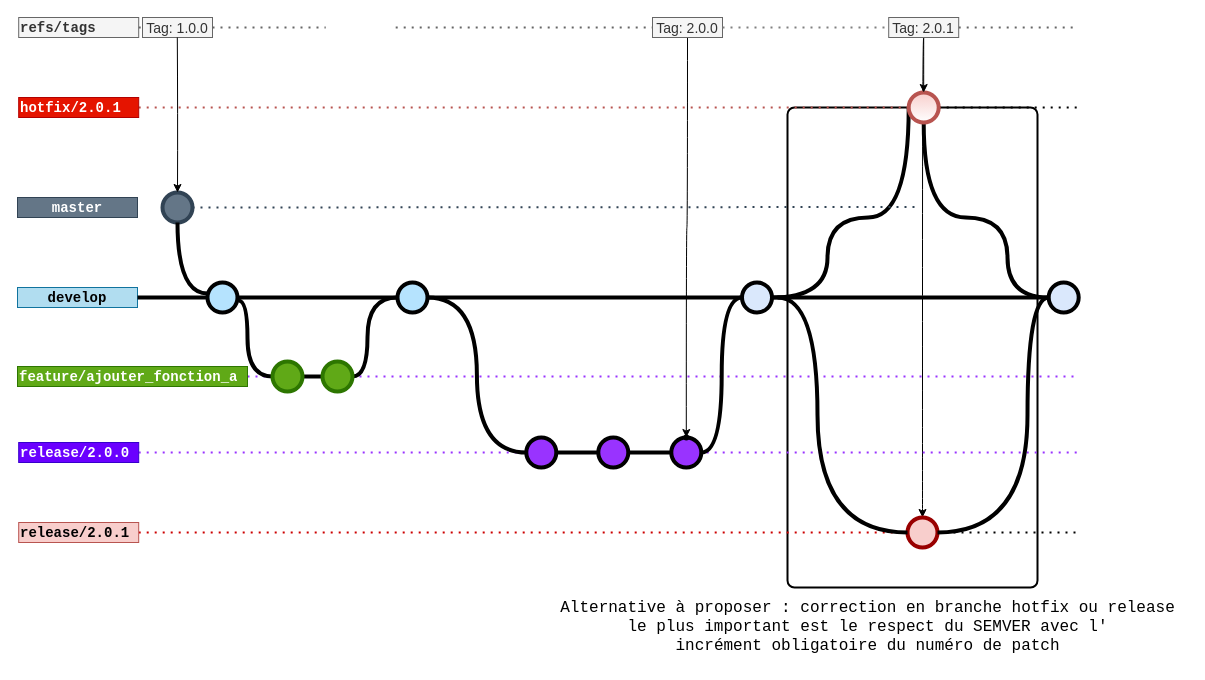
jmrablat/GITFLOW-BP-SAC keeps this draw.io diagram as page "cas standard" (1 of 3) of BP_SAC_gitflow.drawio. Above is the earlier version. Source tidied: cells renumbered, new cells numbered last; positions are measured from the earlier drawing's top-left corner, leaving out a move shared by most shapes. Both pictures are drawn from the tidied source at 100%, with x=0, y=0 at pixel (17, 17).
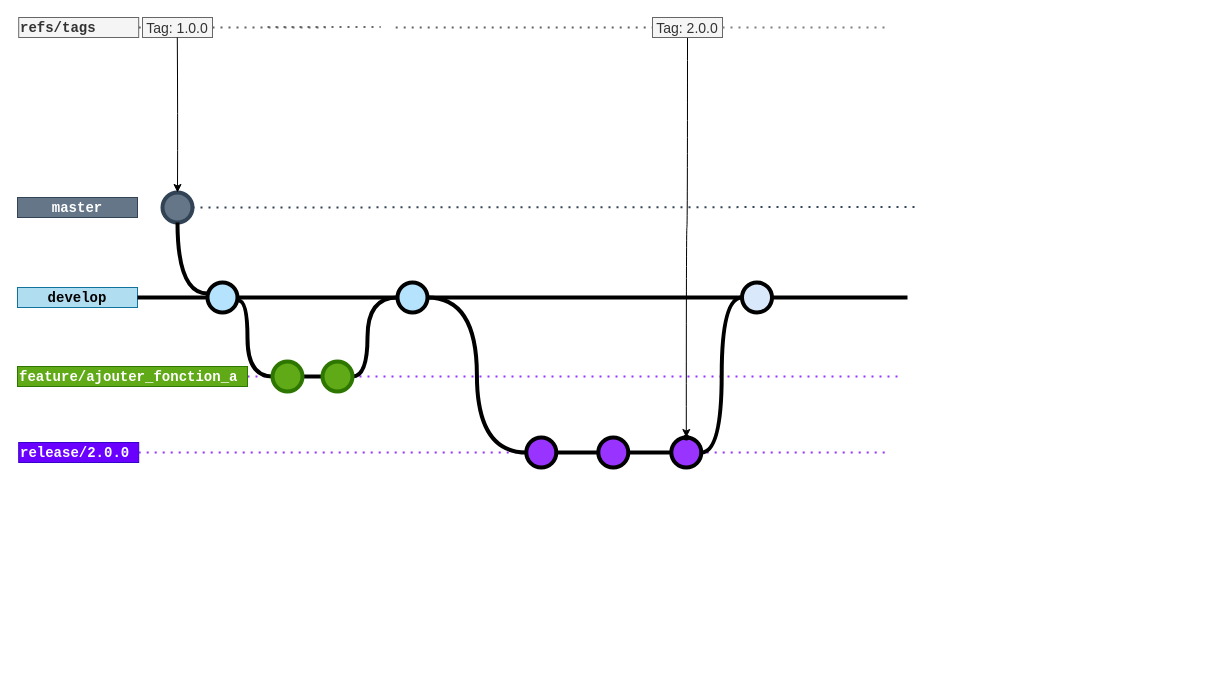
Above is the later version.

Unchanged cells that the change refers to:
```xml
<mxCell id="11" style="verticalLabelPosition=bottom;verticalAlign=top;html=1;strokeWidth=4;shape=mxgraph.flowchart.on-page_reference;plain-blue;gradientColor=none;strokeColor=#000000;" parent="1" vertex="1">
  <mxGeometry x="724.5" y="265" width="30" height="30" as="geometry" />
</mxCell>
<mxCell id="22" value="release/2.0.0" style="text;html=1;strokeColor=#3700CC;fillColor=#6a00ff;align=left;verticalAlign=middle;whiteSpace=wrap;overflow=hidden;fontSize=14;fontStyle=1;fontFamily=Courier New;fontColor=#ffffff;" parent="1" vertex="1">
  <mxGeometry x="1.2" y="425" width="120" height="20" as="geometry" />
</mxCell>
<mxCell id="34" value="feature/ajouter_fonction_a" style="text;html=1;strokeColor=#2D7600;fillColor=#60a917;align=left;verticalAlign=middle;whiteSpace=wrap;overflow=hidden;fontSize=14;fontStyle=1;fontFamily=Courier New;fontColor=#ffffff;" parent="1" vertex="1">
  <mxGeometry y="349" width="230" height="20" as="geometry" />
</mxCell>
<mxCell id="38" value="Tag: 2.0.0" style="text;html=1;strokeColor=#666666;fillColor=#f5f5f5;align=center;verticalAlign=middle;whiteSpace=wrap;overflow=hidden;fontSize=14;fontColor=#333333;" parent="1" vertex="1">
  <mxGeometry x="635" width="70" height="20" as="geometry" />
</mxCell>
```

Diff of the diagram source:
```diff
@@
-    <mxCell id="2" style="edgeStyle=orthogonalEdgeStyle;curved=1;rounded=0;jettySize=auto;html=1;exitX=0.5;exitY=1;exitDx=0;exitDy=0;entryX=0.5;entryY=0;entryDx=0;entryDy=0;entryPerimeter=0;" parent="1" edge="1" source="41" target="48">
-      <mxGeometry relative="1" as="geometry">
-        <Array as="points">
-          <mxPoint x="905" y="480" />
-          <mxPoint x="905" y="480" />
-        </Array>
-      </mxGeometry>
-    </mxCell>
-    <mxCell id="3" style="rounded=1;whiteSpace=wrap;html=1;absoluteArcSize=1;arcSize=14;strokeWidth=2;fontFamily=Courier New;fontSize=16;fontColor=default;fillColor=none;" parent="1" vertex="1">
-      <mxGeometry x="770" y="90" width="250" height="480" as="geometry" />
-    </mxCell>
-    <mxCell id="4" style="endArrow=none;dashed=1;html=1;dashPattern=1 3;strokeWidth=2;rounded=0;fontColor=#B85450;exitX=1;exitY=0.5;exitDx=0;exitDy=0;strokeColor=#B85450;" parent="1" edge="1" source="24" target="27">
-      <mxGeometry relative="1" as="geometry" />
-    </mxCell>
     <mxCell id="5" style="endArrow=none;dashed=1;html=1;dashPattern=1 3;strokeWidth=2;rounded=0;fontColor=#E1D5E7;strokeColor=#9933FF;" parent="1" edge="1" source="22">
       <mxGeometry relative="1" as="geometry">
-        <mxPoint x="1061.2" y="435" as="targetPoint" />
+        <mxPoint x="870" y="435" as="targetPoint" />
       </mxGeometry>
     </mxCell>
     <mxCell id="6" style="endArrow=none;dashed=1;html=1;dashPattern=1 3;strokeWidth=2;rounded=0;fontColor=#E1D5E7;strokeColor=#9933FF;" parent="1" edge="1" source="34">
       <mxGeometry relative="1" as="geometry">
-        <mxPoint x="1060" y="359" as="targetPoint" />
+        <mxPoint x="880" y="359" as="targetPoint" />
       </mxGeometry>
     </mxCell>
@@
     <mxCell id="10" style="edgeStyle=orthogonalEdgeStyle;curved=1;rounded=0;jettySize=auto;html=1;endArrow=none;endFill=0;strokeWidth=4;fontFamily=Courier New;fontSize=16;" parent="1" edge="1" source="11">
       <mxGeometry relative="1" as="geometry">
-        <mxPoint x="1030" y="280" as="targetPoint" />
+        <mxPoint x="890" y="280" as="targetPoint" />
       </mxGeometry>
     </mxCell>
@@
-    <mxCell id="12" style="edgeStyle=orthogonalEdgeStyle;curved=1;rounded=0;jettySize=auto;html=1;endArrow=none;endFill=0;strokeWidth=4;fontFamily=Courier New;fontSize=16;entryX=0;entryY=0.5;entryDx=0;entryDy=0;entryPerimeter=0;exitX=1;exitY=0.5;exitDx=0;exitDy=0;exitPerimeter=0;" parent="1" edge="1" source="11" target="27">
-      <mxGeometry relative="1" as="geometry">
-        <Array as="points">
-          <mxPoint x="810" y="280" />
-          <mxPoint x="810" y="200" />
-        </Array>
-      </mxGeometry>
-    </mxCell>
-    <mxCell id="13" style="verticalLabelPosition=bottom;verticalAlign=top;html=1;strokeWidth=4;shape=mxgraph.flowchart.on-page_reference;plain-blue;gradientColor=none;strokeColor=#000000;" parent="1" vertex="1">
-      <mxGeometry x="1031.2" y="265" width="30" height="30" as="geometry" />
-    </mxCell>
@@
-    <mxCell id="23" style="edgeStyle=orthogonalEdgeStyle;curved=1;rounded=0;jettySize=auto;html=1;endArrow=none;endFill=0;strokeWidth=4;fontFamily=Courier New;fontSize=16;entryX=0;entryY=0.5;entryDx=0;entryDy=0;entryPerimeter=0;" parent="1" edge="1" source="27" target="13">
-      <mxGeometry relative="1" as="geometry">
-        <Array as="points">
-          <mxPoint x="990" y="200" />
-          <mxPoint x="990" y="280" />
-        </Array>
-      </mxGeometry>
-    </mxCell>
-    <mxCell id="24" value="hotfix/2.0.1" style="text;html=1;strokeColor=#B20000;fillColor=#e51400;align=left;verticalAlign=middle;whiteSpace=wrap;overflow=hidden;fontSize=14;fontStyle=1;fontFamily=Courier New;fontColor=#ffffff;" parent="1" vertex="1">
-      <mxGeometry x="1.2" y="80" width="120" height="20" as="geometry" />
-    </mxCell>
-    <mxCell id="25" style="endArrow=none;dashed=1;html=1;dashPattern=1 3;strokeWidth=2;rounded=0;startArrow=none;" parent="1" edge="1" source="27">
-      <mxGeometry relative="1" as="geometry">
-        <mxPoint x="1061.2" y="90" as="targetPoint" />
-      </mxGeometry>
-    </mxCell>
@@
-    <mxCell id="27" style="verticalLabelPosition=bottom;verticalAlign=top;html=1;strokeWidth=4;shape=mxgraph.flowchart.on-page_reference;plain-blue;gradientColor=#ffffff;strokeColor=#B85450;fillColor=#F8CECC;" parent="1" vertex="1">
-      <mxGeometry x="891.2" y="75" width="30" height="30" as="geometry" />
-    </mxCell>
@@
-    <mxCell id="35" style="endArrow=none;dashed=1;html=1;dashPattern=1 3;strokeWidth=2;rounded=0;fontColor=#B85450;exitX=1;exitY=0.5;exitDx=0;exitDy=0;strokeColor=#666666;startArrow=none;" parent="1" edge="1" source="41">
-      <mxGeometry relative="1" as="geometry">
-        <mxPoint x="1061.2" y="10" as="targetPoint" />
-      </mxGeometry>
-    </mxCell>
@@
-    <mxCell id="40" style="edgeStyle=orthogonalEdgeStyle;curved=1;rounded=0;jettySize=auto;html=1;entryX=0.5;entryY=0;entryDx=0;entryDy=0;entryPerimeter=0;" parent="1" edge="1" source="41" target="27">
-      <mxGeometry relative="1" as="geometry" />
-    </mxCell>
-    <mxCell id="41" value="Tag: 2.0.1" style="text;html=1;strokeColor=#666666;fillColor=#f5f5f5;align=center;verticalAlign=middle;whiteSpace=wrap;overflow=hidden;fontSize=14;fontColor=#333333;" parent="1" vertex="1">
-      <mxGeometry x="871.2" width="70" height="20" as="geometry" />
-    </mxCell>
-    <mxCell id="42" style="endArrow=none;dashed=1;html=1;dashPattern=1 3;strokeWidth=2;rounded=0;fontColor=#B85450;exitX=1;exitY=0.5;exitDx=0;exitDy=0;strokeColor=#808080;startArrow=none;" parent="1" edge="1" source="38" target="41">
-      <mxGeometry relative="1" as="geometry" />
+    <mxCell id="42" style="endArrow=none;dashed=1;html=1;dashPattern=1 3;strokeWidth=2;rounded=0;fontColor=#B85450;exitX=1;exitY=0.5;exitDx=0;exitDy=0;strokeColor=#808080;startArrow=none;" parent="1" edge="1" source="38">
+      <mxGeometry relative="1" as="geometry">
+        <mxPoint x="871.2" y="10" as="targetPoint" />
+      </mxGeometry>
     </mxCell>
@@
-    <mxCell id="45" style="endArrow=none;dashed=1;html=1;dashPattern=1 3;strokeWidth=2;rounded=0;fontColor=#B85450;exitX=1;exitY=0.5;exitDx=0;exitDy=0;strokeColor=#CC0000;" parent="1" edge="1" source="46" target="48">
-      <mxGeometry relative="1" as="geometry" />
-    </mxCell>
-    <mxCell id="46" value="release/2.0.1" style="text;html=1;strokeColor=#b85450;fillColor=#f8cecc;align=left;verticalAlign=middle;whiteSpace=wrap;overflow=hidden;fontSize=14;fontStyle=1;fontFamily=Courier New;" parent="1" vertex="1">
-      <mxGeometry x="1.2" y="505" width="120" height="20" as="geometry" />
-    </mxCell>
-    <mxCell id="47" style="endArrow=none;dashed=1;html=1;dashPattern=1 3;strokeWidth=2;rounded=0;startArrow=none;" parent="1" edge="1" source="48">
-      <mxGeometry relative="1" as="geometry">
-        <mxPoint x="1061.2" y="515" as="targetPoint" />
-      </mxGeometry>
-    </mxCell>
-    <mxCell id="48" style="verticalLabelPosition=bottom;verticalAlign=top;html=1;strokeWidth=4;shape=mxgraph.flowchart.on-page_reference;strokeColor=#990000;fillColor=#f8cecc;" parent="1" vertex="1">
-      <mxGeometry x="890" y="500" width="30" height="30" as="geometry" />
-    </mxCell>
-    <mxCell id="49" style="edgeStyle=orthogonalEdgeStyle;curved=1;rounded=0;jettySize=auto;html=1;endArrow=none;endFill=0;strokeWidth=4;fontFamily=Courier New;fontSize=16;entryX=0;entryY=0.5;entryDx=0;entryDy=0;entryPerimeter=0;" parent="1" edge="1" target="48">
-      <mxGeometry relative="1" as="geometry">
-        <mxPoint x="760" y="280" as="sourcePoint" />
-        <Array as="points">
-          <mxPoint x="800" y="280" />
-          <mxPoint x="800" y="515" />
-        </Array>
-      </mxGeometry>
-    </mxCell>
-    <mxCell id="50" style="edgeStyle=orthogonalEdgeStyle;curved=1;rounded=0;jettySize=auto;html=1;endArrow=none;endFill=0;strokeWidth=4;fontFamily=Courier New;fontSize=16;entryX=0;entryY=0.5;entryDx=0;entryDy=0;entryPerimeter=0;exitX=1;exitY=0.5;exitDx=0;exitDy=0;exitPerimeter=0;" parent="1" edge="1" source="48" target="13">
-      <mxGeometry relative="1" as="geometry">
-        <Array as="points">
-          <mxPoint x="1010" y="515" />
-          <mxPoint x="1010" y="280" />
-        </Array>
-      </mxGeometry>
-    </mxCell>
-    <mxCell id="51" value="Alternative à proposer : correction en branche hotfix ou release&lt;br&gt;le plus important est le respect du SEMVER avec l'&lt;br&gt;incrément obligatoire du numéro de patch" style="text;html=1;align=center;verticalAlign=middle;strokeColor=none;fillColor=none;fontSize=16;fontFamily=Courier New;fontColor=default;" parent="1" vertex="1">
-      <mxGeometry x="530" y="575" width="640" height="70" as="geometry" />
-    </mxCell>
@@
+    <mxCell id="59" style="endArrow=none;dashed=1;html=1;dashPattern=1 3;strokeWidth=2;rounded=0;fontColor=#B85450;exitX=1;exitY=0.5;exitDx=0;exitDy=0;strokeColor=#666666;startArrow=none;" parent="1" edge="1">
+      <mxGeometry relative="1" as="geometry">
+        <mxPoint x="250" y="9.5" as="sourcePoint" />
+        <mxPoint x="363.2" y="9.5" as="targetPoint" />
+      </mxGeometry>
+    </mxCell>
```
